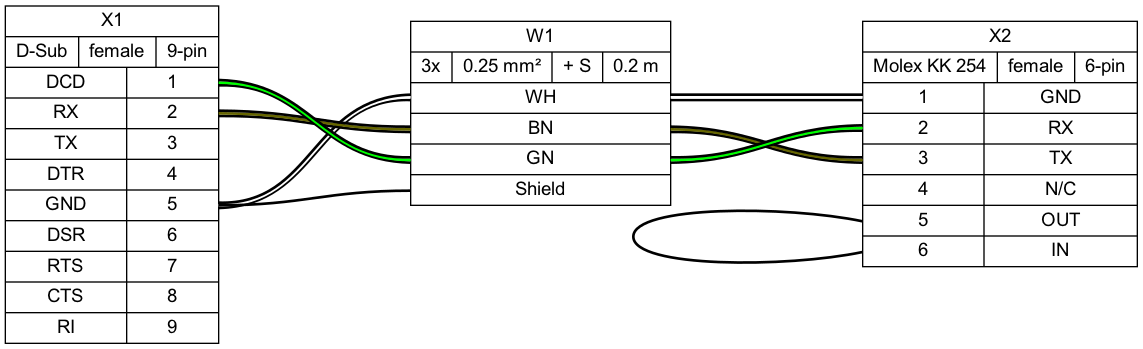
Before: examples/demo01.png, a diagram exported from Graphviz (wireviz/WireViz). Its source is kept beside it as examples/demo01.gv.
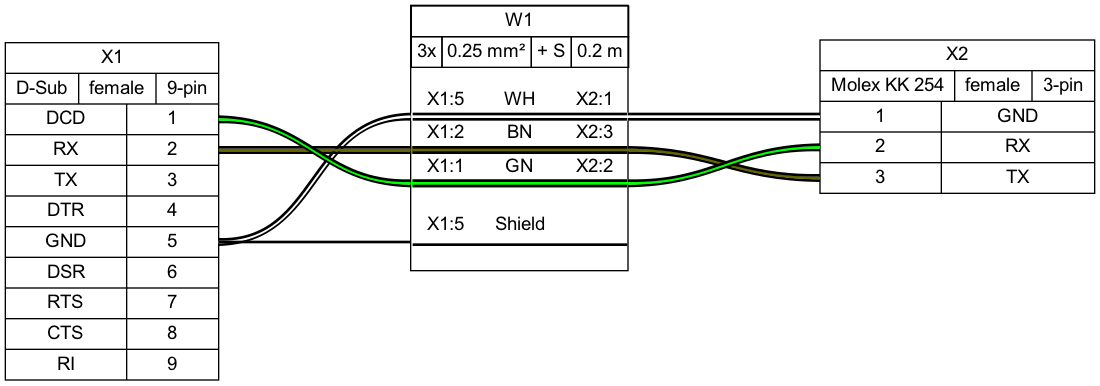
The same diagram one commit later.

The edit, as a diff of the source:
```diff
@@ -1,21 +1,19 @@
 graph {
-	graph [bgcolor=transparent fontname=arial nodesep=0.33 rankdir=LR ranksep=2]
+	graph [bgcolor=white fontname=arial nodesep=0.33 rankdir=LR ranksep=2]
 	node [fillcolor=white fontname=arial shape=record style=filled]
 	edge [fontname=arial style=bold]
 	X1 [label="X1|{D-Sub|female|9-pin}|{{DCD|RX|TX|DTR|GND|DSR|RTS|CTS|RI}|{<p1r>1|<p2r>2|<p3r>3|<p4r>4|<p5r>5|<p6r>6|<p7r>7|<p8r>8|<p9r>9}}"]
-	X2 [label="X2|{Molex KK 254|female|6-pin}|{{<p1l>1|<p2l>2|<p3l>3|<p4l>4|<p5l>5|<p6l>6}|{GND|RX|TX|N/C|OUT|IN}}"]
+	X2 [label="X2|{Molex KK 254|female|3-pin}|{{<p1l>1|<p2l>2|<p3l>3}|{GND|RX|TX}}"]
+	edge [color="#000000:#ffffff:#000000"]
+	X1:p5r:e -- W1:w1:w
+	W1:w1:e -- X2:p1l:w
+	edge [color="#000000:#666600:#000000"]
+	X1:p2r:e -- W1:w2:w
+	W1:w2:e -- X2:p3l:w
+	edge [color="#000000:#00ff00:#000000"]
+	X1:p1r:e -- W1:w3:w
+	W1:w3:e -- X2:p2l:w
 	edge [color="#000000"]
-	X2:p5l:w -- X2:p6l:w
-	W1 [label="W1|{3x|0.25 mm²|+ S|0.2 m}|{{<w1>WH|<w2>BN|<w3>GN|<ws>Shield}}"]
-	edge [color="#000000:#ffffff:#000000"]
-	X1:p5r -- W1:w1
-	W1:w1 -- X2:p1l
-	edge [color="#000000:#666600:#000000"]
-	X1:p2r -- W1:w2
-	W1:w2 -- X2:p3l
-	edge [color="#000000:#00ff00:#000000"]
-	X1:p1r -- W1:w3
-	W1:w3 -- X2:p2l
-	edge [color="#000000"]
-	X1:p5r -- W1:ws
+	X1:p5r:e -- W1:ws:w
+	W1 [label=<<table border="0" cellspacing="0" cellpadding="0"><tr><td><table border="0" cellspacing="0" cellpadding="3" cellborder="1"><tr><td colspan="4">W1</td></tr><tr><td>3x</td><td>0.25 mm²</td><td>+ S</td><td>0.2 m</td></tr></table></td></tr><tr><td>&nbsp;</td></tr><tr><td><table border="0" cellspacing="0" cellborder="0"><tr><td>X1:5</td><td>WH</td><td>X2:1</td></tr><tr><td colspan="3" cellpadding="0" height="6" bgcolor="#ffffff" border="2" sides="tb" port="w1"></td></tr><tr><td>X1:2</td><td>BN</td><td>X2:3</td></tr><tr><td colspan="3" cellpadding="0" height="6" bgcolor="#666600" border="2" sides="tb" port="w2"></td></tr><tr><td>X1:1</td><td>GN</td><td>X2:2</td></tr><tr><td colspan="3" cellpadding="0" height="6" bgcolor="#00ff00" border="2" sides="tb" port="w3"></td></tr><tr><td>&nbsp;</td></tr><tr><td>X1:5</td><td>Shield</td><td><!-- s_out --></td></tr><tr><td colspan="3" cellpadding="0" height="6" border="2" sides="b" port="ws"></td></tr><tr><td>&nbsp;</td></tr></table></td></tr></table>> fillcolor=white margin=0 shape=box style=""]
 }
```
